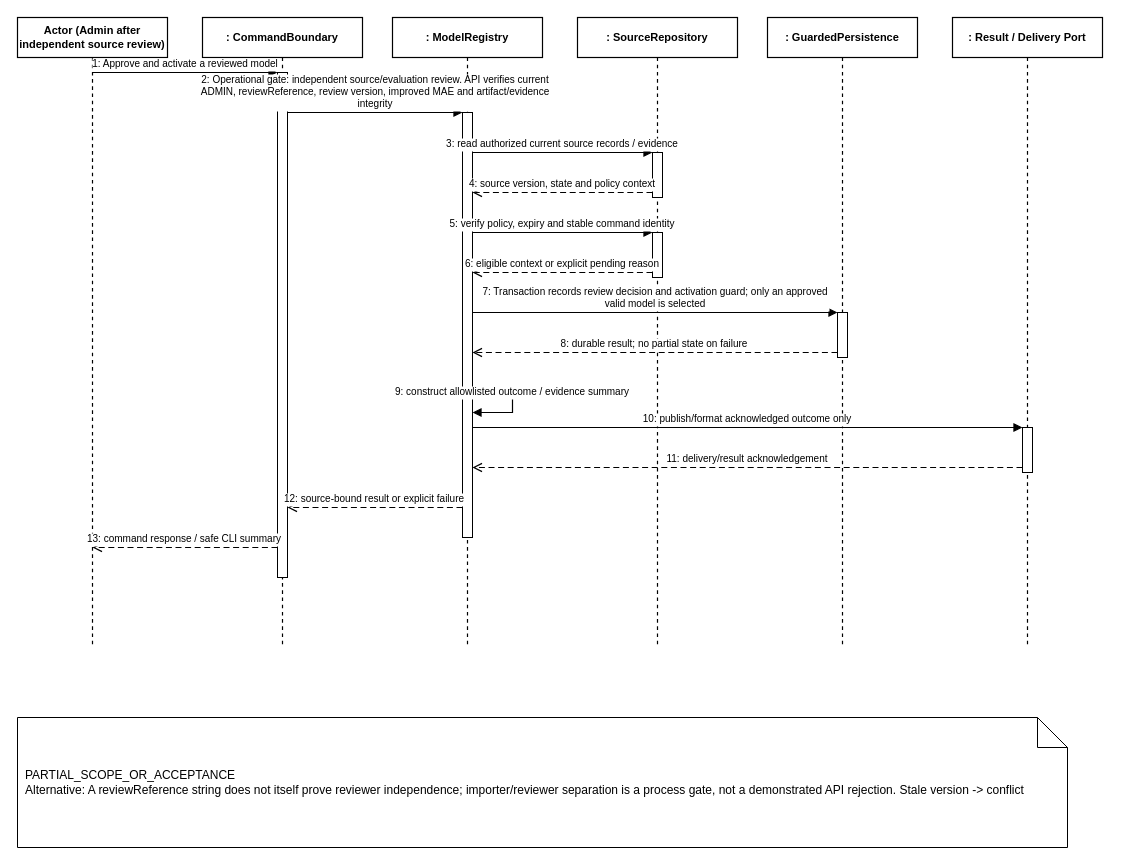
Earlier version of the draw.io diagram doc/reports/report4/sequence/ai-05.drawio (ngocthanhhx7/SEP490_G101_FALL2026). Source tidied: cells renumbered, new cells numbered last; positions are measured from the earlier drawing's top-left corner, leaving out a move shared by most shapes. Both pictures are drawn from the tidied source at 100%, with x=0, y=0 at pixel (17, 17).
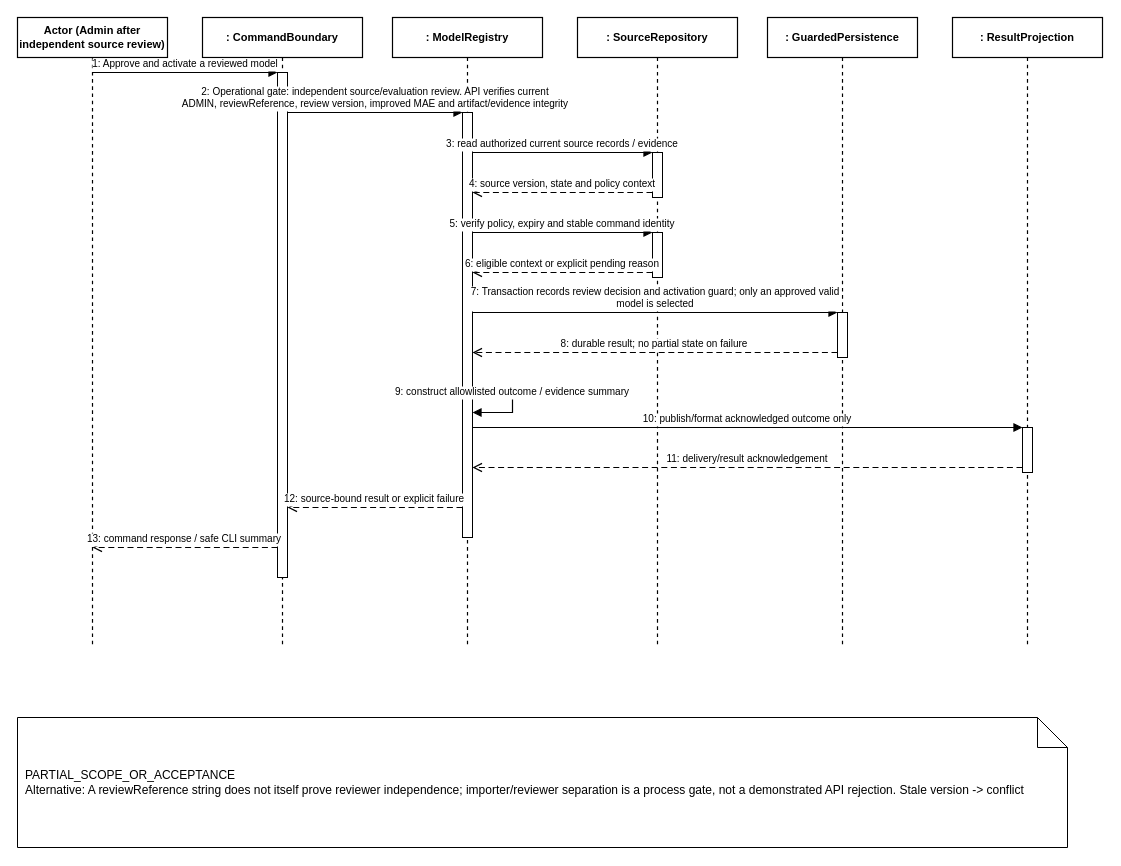
The same page after the edit.

Change to the diagram source:
```diff
@@
-    <mxCell id="7" value=": Result / Delivery Port" style="shape=umlLifeline;perimeter=lifelinePerimeter;whiteSpace=wrap;html=0;size=40;fillColor=#FFFFFF;strokeColor=#000000;strokeWidth=1.2;fontStyle=1;fontSize=11;align=center;" parent="1" vertex="1">
+    <mxCell id="7" value=": ResultProjection" style="shape=umlLifeline;perimeter=lifelinePerimeter;whiteSpace=wrap;html=0;size=40;fillColor=#FFFFFF;strokeColor=#000000;strokeWidth=1.2;fontStyle=1;fontSize=11;align=center;" parent="1" vertex="1">
       <mxGeometry x="935" width="150" height="630" as="geometry" />
     </mxCell>
@@
-    <mxCell id="15" value="2: Operational gate: independent source/evaluation review. API verifies current&#10;ADMIN, reviewReference, review version, improved MAE and artifact/evidence&#10;integrity" style="html=0;verticalAlign=bottom;endArrow=block;endFill=1;strokeColor=#000000;strokeWidth=1.2;fontSize=10;fontColor=#000000;edgeStyle=orthogonalEdgeStyle;rounded=0;" parent="1" edge="1">
+    <mxCell id="15" value="2: Operational gate: independent source/evaluation review. API verifies current&#10;ADMIN, reviewReference, review version, improved MAE and artifact/evidence integrity" style="html=0;verticalAlign=bottom;endArrow=block;endFill=1;strokeColor=#000000;strokeWidth=1.2;fontSize=10;fontColor=#000000;edgeStyle=orthogonalEdgeStyle;rounded=0;" parent="1" edge="1">
       <mxGeometry relative="1" as="geometry">
         <mxPoint x="270" y="95" as="sourcePoint" />
         <mxPoint x="445" y="95" as="targetPoint" />
       </mxGeometry>
     </mxCell>
@@
-    <mxCell id="20" value="7: Transaction records review decision and activation guard; only an approved&#10;valid model is selected" style="html=0;verticalAlign=bottom;endArrow=block;endFill=1;strokeColor=#000000;strokeWidth=1.2;fontSize=10;fontColor=#000000;edgeStyle=orthogonalEdgeStyle;rounded=0;" parent="1" edge="1">
+    <mxCell id="20" value="7: Transaction records review decision and activation guard; only an approved valid&#10;model is selected" style="html=0;verticalAlign=bottom;endArrow=block;endFill=1;strokeColor=#000000;strokeWidth=1.2;fontSize=10;fontColor=#000000;edgeStyle=orthogonalEdgeStyle;rounded=0;" parent="1" edge="1">
       <mxGeometry relative="1" as="geometry">
         <mxPoint x="455" y="295" as="sourcePoint" />
         <mxPoint x="820" y="295" as="targetPoint" />
       </mxGeometry>
     </mxCell>
```
